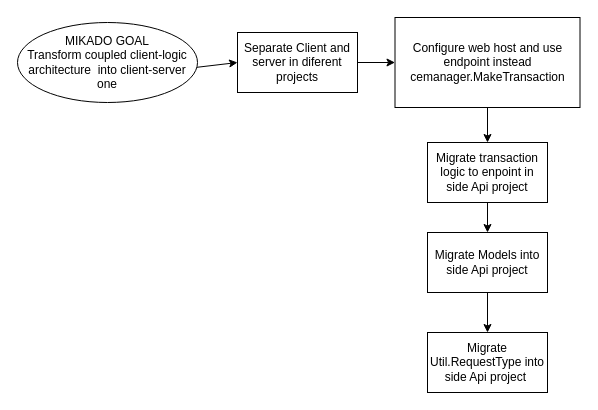
Above: Docs/Diagrams/refactor_to_client-server(MikadoGraph).drawio in Camilo716/Customized-Expense-Manager (draw.io), before the change. Source tidied: cells renumbered, new cells numbered last; positions are measured from the earlier drawing's top-left corner, leaving out a move shared by most shapes. Both pictures are drawn from the tidied source at 100%, with x=0, y=0 at pixel (17, 17).
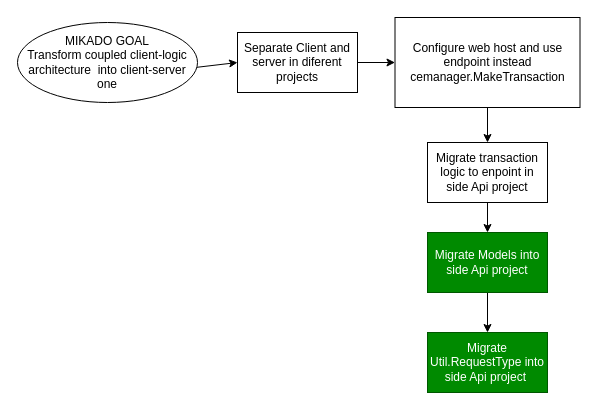
The same page after the edit.

The edit, as a diff of the source:
```diff
@@
 <mxGraphModel>
   <root>
     <mxCell id="0" />
     <mxCell id="1" parent="0" />
     <mxCell id="2" style="edgeStyle=none;html=1;" parent="1" edge="1" source="3" target="12">
       <mxGeometry relative="1" as="geometry" />
     </mxCell>
     <mxCell id="3" value="MIKADO GOAL&lt;br&gt;Transform coupled client-logic architecture&amp;nbsp; into client-server one" style="ellipse;whiteSpace=wrap;html=1;" parent="1" vertex="1">
       <mxGeometry y="5" width="180" height="80" as="geometry" />
     </mxCell>
     <mxCell id="4" style="edgeStyle=none;html=1;" parent="1" edge="1" source="5" target="7">
       <mxGeometry relative="1" as="geometry" />
     </mxCell>
     <mxCell id="5" value="Configure web host and&amp;nbsp;use endpoint instead cemanager.MakeTransaction" style="whiteSpace=wrap;html=1;" parent="1" vertex="1">
       <mxGeometry x="377.5" width="185" height="90" as="geometry" />
     </mxCell>
     <mxCell id="6" style="edgeStyle=none;html=1;" parent="1" edge="1" source="7" target="9">
       <mxGeometry relative="1" as="geometry" />
     </mxCell>
     <mxCell id="7" value="Migrate transaction logic to enpoint in side Api project" style="whiteSpace=wrap;html=1;" parent="1" vertex="1">
       <mxGeometry x="410" y="125" width="120" height="60" as="geometry" />
     </mxCell>
     <mxCell id="8" style="edgeStyle=none;html=1;" parent="1" edge="1" source="9" target="10">
       <mxGeometry relative="1" as="geometry" />
     </mxCell>
-    <mxCell id="9" value="Migrate Models into side Api project" style="whiteSpace=wrap;html=1;" parent="1" vertex="1">
+    <mxCell id="9" value="Migrate Models into side Api project" style="whiteSpace=wrap;html=1;fillColor=#008a00;fontColor=#ffffff;strokeColor=#005700;" parent="1" vertex="1">
       <mxGeometry x="410" y="215" width="120" height="60" as="geometry" />
     </mxCell>
-    <mxCell id="10" value="Migrate Util.RequestType into side Api project&amp;nbsp;" style="whiteSpace=wrap;html=1;" parent="1" vertex="1">
+    <mxCell id="10" value="Migrate Util.RequestType into side Api project&amp;nbsp;" style="whiteSpace=wrap;html=1;fillColor=#008a00;fontColor=#ffffff;strokeColor=#005700;" parent="1" vertex="1">
       <mxGeometry x="410" y="315" width="120" height="60" as="geometry" />
     </mxCell>
     <mxCell id="11" style="edgeStyle=none;html=1;" parent="1" edge="1" source="12" target="5">
       <mxGeometry relative="1" as="geometry" />
     </mxCell>
     <mxCell id="12" value="Separate Client and server in diferent projects" style="whiteSpace=wrap;html=1;" parent="1" vertex="1">
       <mxGeometry x="220" y="15" width="120" height="60" as="geometry" />
     </mxCell>
   </root>
 </mxGraphModel>
```
